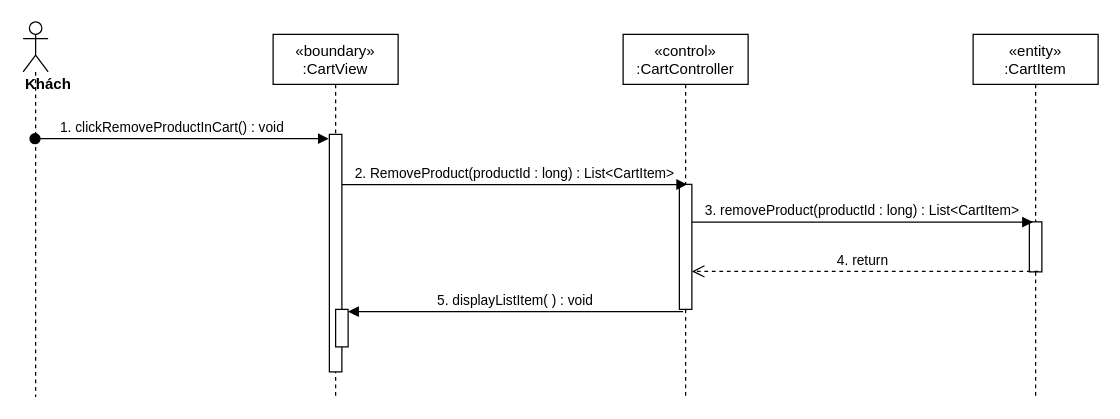
Earlier version of the draw.io diagram sequence diagram/remove-product-toCart-sequence.drawio (nguyenphamvan/datn_20202). Source tidied: cells renumbered, new cells numbered last; positions are measured from the earlier drawing's top-left corner, leaving out a move shared by most shapes. Both pictures are drawn from the tidied source at 125%, with x=0, y=0 at pixel (22, 21).
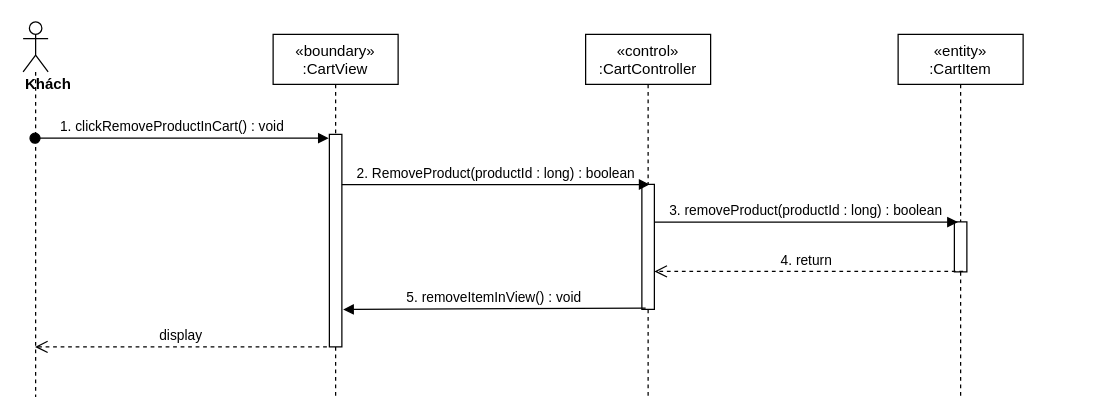
After the change.

Diff of the diagram source:
```diff
@@
 <mxGraphModel>
   <root>
     <mxCell id="0" />
     <mxCell id="1" parent="0" />
     <mxCell id="2" value="«boundary»&#10;:CartView" style="shape=umlLifeline;perimeter=lifelinePerimeter;rounded=0;shadow=0;strokeWidth=1;" parent="1" vertex="1">
       <mxGeometry x="200" y="10" width="100" height="290" as="geometry" />
     </mxCell>
     <mxCell id="3" style="points=[];perimeter=orthogonalPerimeter;rounded=0;shadow=0;strokeWidth=1;" parent="2" vertex="1">
-      <mxGeometry x="45" y="80" width="10" height="190" as="geometry" />
+      <mxGeometry x="45" y="80" width="10" height="170" as="geometry" />
     </mxCell>
-    <mxCell id="4" style="html=1;points=[];perimeter=orthogonalPerimeter;" parent="2" vertex="1">
-      <mxGeometry x="50" y="220" width="10" height="30" as="geometry" />
-    </mxCell>
     <mxCell id="5" value="«control»&#10;:CartController" style="shape=umlLifeline;perimeter=lifelinePerimeter;rounded=0;shadow=0;strokeWidth=1;" parent="1" vertex="1">
-      <mxGeometry x="480" y="10" width="100" height="290" as="geometry" />
+      <mxGeometry x="450" y="10" width="100" height="290" as="geometry" />
     </mxCell>
     <mxCell id="6" style="points=[];perimeter=orthogonalPerimeter;rounded=0;shadow=0;strokeWidth=1;" parent="5" vertex="1">
       <mxGeometry x="45" y="120" width="10" height="100" as="geometry" />
     </mxCell>
     <mxCell id="7" value="&lt;div&gt;&lt;b&gt;Khách&lt;/b&gt;&lt;/div&gt;" style="shape=umlLifeline;participant=umlActor;perimeter=lifelinePerimeter;whiteSpace=wrap;html=1;verticalAlign=top;spacingTop=36;outlineConnect=0;align=left;" parent="1" vertex="1">
       <mxGeometry width="20" height="300" as="geometry" />
     </mxCell>
     <mxCell id="8" value="1. clickRemoveProductInCart() : void" style="verticalAlign=bottom;startArrow=oval;endArrow=block;startSize=8;shadow=0;strokeWidth=1;entryX=-0.05;entryY=0.018;entryDx=0;entryDy=0;entryPerimeter=0;" parent="1" edge="1" source="7" target="3">
       <mxGeometry x="-0.06" relative="1" as="geometry" />
     </mxCell>
     <mxCell id="9" value="«entity»&#10;:CartItem" style="shape=umlLifeline;perimeter=lifelinePerimeter;rounded=0;shadow=0;strokeWidth=1;" parent="1" vertex="1">
-      <mxGeometry x="760" y="10" width="100" height="290" as="geometry" />
+      <mxGeometry x="700" y="10" width="100" height="290" as="geometry" />
     </mxCell>
     <mxCell id="10" style="points=[];perimeter=orthogonalPerimeter;rounded=0;shadow=0;strokeWidth=1;" parent="9" vertex="1">
       <mxGeometry x="45" y="150" width="10" height="40" as="geometry" />
     </mxCell>
-    <mxCell id="11" value="2. RemoveProduct(productId : long) : List&amp;lt;CartItem&amp;gt;" style="html=1;verticalAlign=bottom;endArrow=block;entryX=0.617;entryY=0.001;entryDx=0;entryDy=0;entryPerimeter=0;" parent="1" edge="1" source="3" target="6">
+    <mxCell id="11" value="2. RemoveProduct(productId : long) : boolean" style="html=1;verticalAlign=bottom;endArrow=block;entryX=0.617;entryY=0.001;entryDx=0;entryDy=0;entryPerimeter=0;" parent="1" edge="1" source="3" target="6">
       <mxGeometry relative="1" as="geometry" />
     </mxCell>
-    <mxCell id="12" value="3. removeProduct(productId : long) : List&amp;lt;CartItem&amp;gt;" style="html=1;verticalAlign=bottom;endArrow=block;entryX=0.283;entryY=0.004;entryDx=0;entryDy=0;entryPerimeter=0;" parent="1" edge="1" source="6" target="10">
+    <mxCell id="12" value="3. removeProduct(productId : long) : boolean" style="html=1;verticalAlign=bottom;endArrow=block;entryX=0.283;entryY=0.004;entryDx=0;entryDy=0;entryPerimeter=0;" parent="1" edge="1" source="6" target="10">
       <mxGeometry relative="1" as="geometry" />
     </mxCell>
     <mxCell id="13" value="4. return&amp;nbsp;" style="html=1;verticalAlign=bottom;endArrow=open;dashed=1;endSize=8;exitX=0.7;exitY=0.99;exitDx=0;exitDy=0;exitPerimeter=0;" parent="1" edge="1" source="10" target="6">
       <mxGeometry relative="1" as="geometry" />
     </mxCell>
-    <mxCell id="14" value="5. displayListItem( ) : void" style="verticalAlign=bottom;endArrow=block;shadow=0;strokeWidth=1;exitX=0.3;exitY=1.018;exitDx=0;exitDy=0;exitPerimeter=0;" parent="1" edge="1" source="6" target="4">
+    <mxCell id="14" value="5. removeItemInView() : void" style="verticalAlign=bottom;endArrow=block;shadow=0;strokeWidth=1;entryX=1.1;entryY=0.824;entryDx=0;entryDy=0;entryPerimeter=0;exitX=0.3;exitY=0.99;exitDx=0;exitDy=0;exitPerimeter=0;" parent="1" edge="1" source="6" target="3">
       <mxGeometry relative="1" as="geometry" />
     </mxCell>
+    <mxCell id="15" value="display" style="html=1;verticalAlign=bottom;endArrow=open;dashed=1;endSize=8;exitX=-0.2;exitY=1;exitDx=0;exitDy=0;exitPerimeter=0;" parent="1" edge="1" source="3" target="7">
+      <mxGeometry relative="1" as="geometry" />
+    </mxCell>
   </root>
 </mxGraphModel>
```
